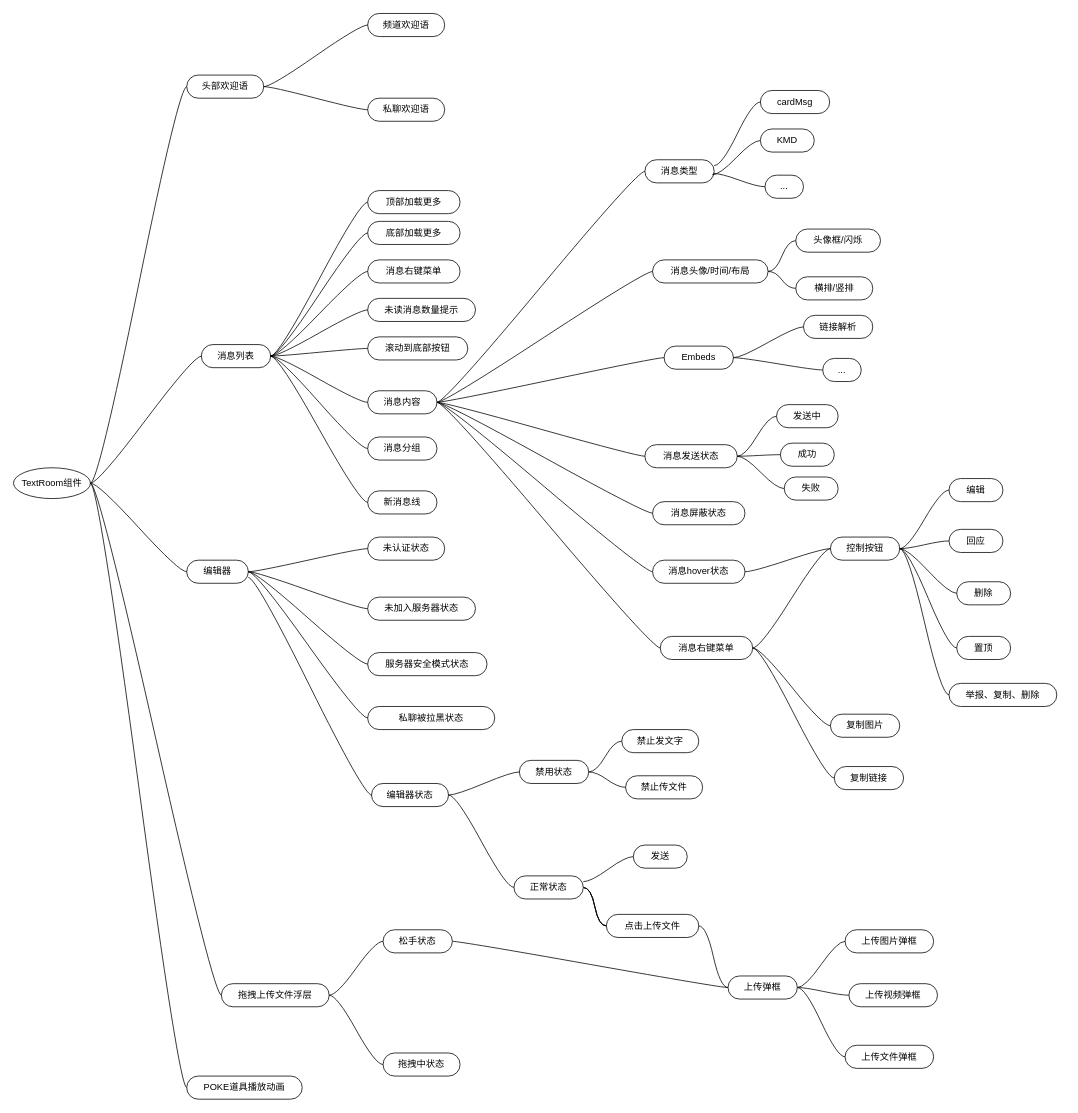
Earlier version of the draw.io diagram TextRoom业务脑图.drawio (ccccccp/draw-io). Source tidied: cells renumbered, new cells numbered last; positions are measured from the earlier drawing's top-left corner, leaving out a move shared by most shapes. Both pictures are drawn from the tidied source at 77%, with x=0, y=0 at pixel (13, 13).
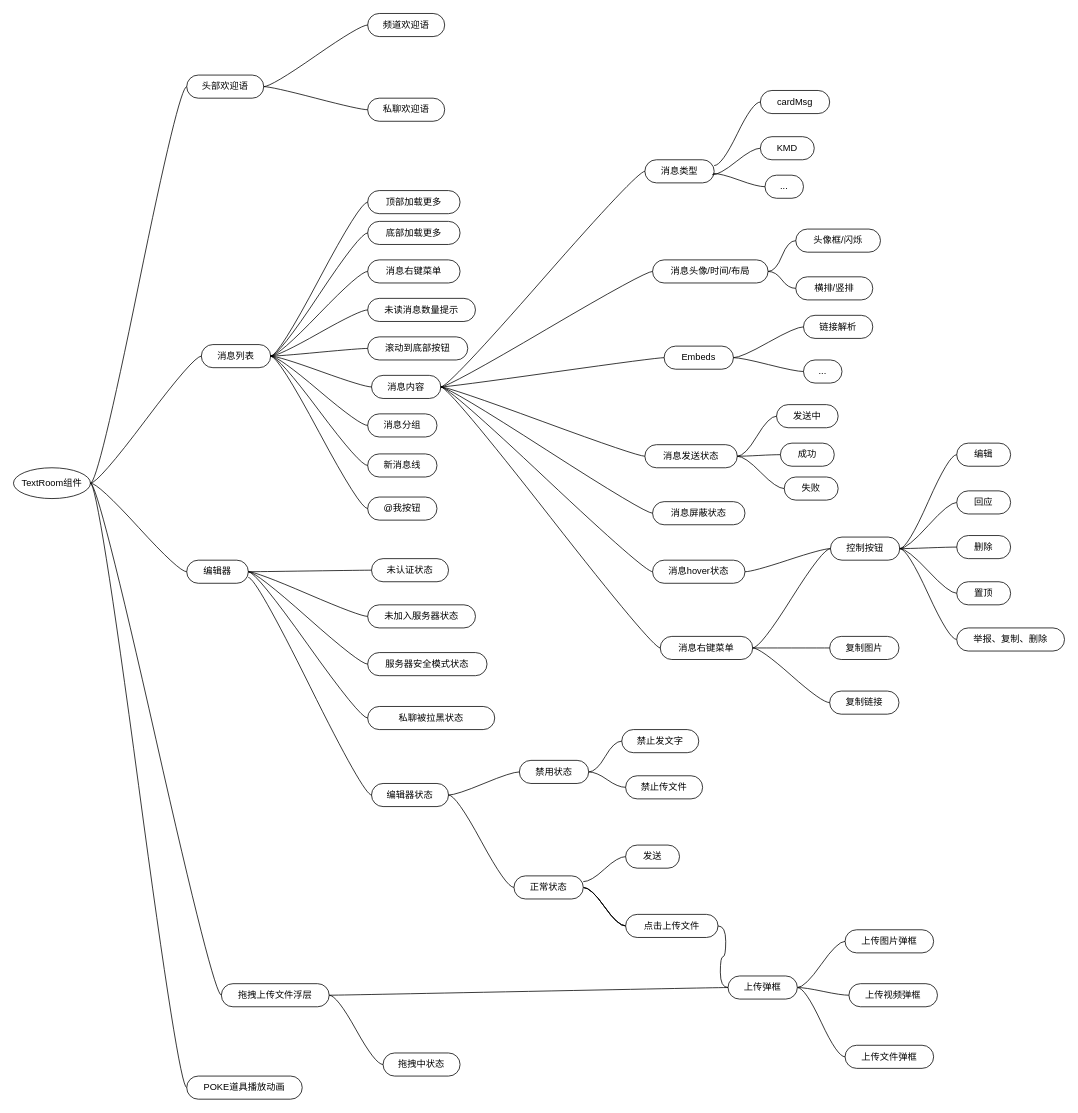
The same page after the edit.

Commit message:
更新TextRoom业务脑图.drawio

Unchanged cells that the change refers to:
```xml
<mxCell id="5" value="消息列表" style="whiteSpace=wrap;html=1;rounded=1;arcSize=50;align=center;verticalAlign=middle;strokeWidth=1;spacing=4;newEdgeStyle={&quot;edgeStyle&quot;:&quot;entityRelationEdgeStyle&quot;,&quot;startArrow&quot;:&quot;none&quot;,&quot;endArrow&quot;:&quot;none&quot;,&quot;segment&quot;:10,&quot;curved&quot;:1,&quot;sourcePerimeterSpacing&quot;:0,&quot;targetPerimeterSpacing&quot;:0};" parent="1" vertex="1">
  <mxGeometry x="244" y="430" width="90" height="30" as="geometry" />
</mxCell>
<mxCell id="10" value="拖拽上传文件浮层" style="whiteSpace=wrap;html=1;rounded=1;arcSize=50;align=center;verticalAlign=middle;strokeWidth=1;spacing=4;newEdgeStyle={&quot;edgeStyle&quot;:&quot;entityRelationEdgeStyle&quot;,&quot;startArrow&quot;:&quot;none&quot;,&quot;endArrow&quot;:&quot;none&quot;,&quot;segment&quot;:10,&quot;curved&quot;:1,&quot;sourcePerimeterSpacing&quot;:0,&quot;targetPerimeterSpacing&quot;:0};" parent="1" vertex="1">
  <mxGeometry x="270" y="1260" width="140" height="30" as="geometry" />
</mxCell>
<mxCell id="41" value="上传弹框" style="whiteSpace=wrap;html=1;rounded=1;arcSize=50;align=center;verticalAlign=middle;strokeWidth=1;spacing=4;newEdgeStyle={&quot;edgeStyle&quot;:&quot;entityRelationEdgeStyle&quot;,&quot;startArrow&quot;:&quot;none&quot;,&quot;endArrow&quot;:&quot;none&quot;,&quot;segment&quot;:10,&quot;curved&quot;:1,&quot;sourcePerimeterSpacing&quot;:0,&quot;targetPerimeterSpacing&quot;:0};" parent="1" vertex="1">
  <mxGeometry x="928" y="1250" width="90" height="30" as="geometry" />
</mxCell>
```

What changed in the source:
```diff
@@
-    <mxCell id="9" style="edgeStyle=entityRelationEdgeStyle;rounded=0;jettySize=auto;html=1;startArrow=none;endArrow=none;segment=10;curved=1;sourcePerimeterSpacing=0;targetPerimeterSpacing=0;exitX=1;exitY=0.5;exitDx=0;exitDy=0;entryX=0;entryY=0.5;entryDx=0;entryDy=0;" parent="1" edge="1" source="10" target="116">
-      <mxGeometry relative="1" as="geometry" />
+    <mxCell id="9" style="edgeStyle=entityRelationEdgeStyle;rounded=0;jettySize=auto;html=1;startArrow=none;endArrow=none;segment=10;curved=1;sourcePerimeterSpacing=0;targetPerimeterSpacing=0;exitX=1;exitY=0.5;exitDx=0;exitDy=0;entryX=0;entryY=0.5;entryDx=0;entryDy=0;" parent="1" edge="1" source="10" target="41">
+      <mxGeometry relative="1" as="geometry">
+        <Array as="points">
+          <mxPoint x="660" y="1250" />
+        </Array>
+      </mxGeometry>
     </mxCell>
@@
     <mxCell id="18" value="未认证状态" style="whiteSpace=wrap;html=1;rounded=1;arcSize=50;align=center;verticalAlign=middle;strokeWidth=1;spacing=4;newEdgeStyle={&quot;edgeStyle&quot;:&quot;entityRelationEdgeStyle&quot;,&quot;startArrow&quot;:&quot;none&quot;,&quot;endArrow&quot;:&quot;none&quot;,&quot;segment&quot;:10,&quot;curved&quot;:1,&quot;sourcePerimeterSpacing&quot;:0,&quot;targetPerimeterSpacing&quot;:0};" parent="1" vertex="1">
-      <mxGeometry x="460" y="680" width="100" height="30" as="geometry" />
+      <mxGeometry x="465" y="708" width="100" height="30" as="geometry" />
     </mxCell>
@@
     <mxCell id="20" value="未加入服务器状态" style="whiteSpace=wrap;html=1;rounded=1;arcSize=50;align=center;verticalAlign=middle;strokeWidth=1;spacing=4;newEdgeStyle={&quot;edgeStyle&quot;:&quot;entityRelationEdgeStyle&quot;,&quot;startArrow&quot;:&quot;none&quot;,&quot;endArrow&quot;:&quot;none&quot;,&quot;segment&quot;:10,&quot;curved&quot;:1,&quot;sourcePerimeterSpacing&quot;:0,&quot;targetPerimeterSpacing&quot;:0};" parent="1" vertex="1">
-      <mxGeometry x="460" y="758" width="140" height="30" as="geometry" />
+      <mxGeometry x="460" y="768" width="140" height="30" as="geometry" />
     </mxCell>
@@
     <mxCell id="48" value="消息内容" style="whiteSpace=wrap;html=1;rounded=1;arcSize=50;align=center;verticalAlign=middle;strokeWidth=1;spacing=4;newEdgeStyle={&quot;edgeStyle&quot;:&quot;entityRelationEdgeStyle&quot;,&quot;startArrow&quot;:&quot;none&quot;,&quot;endArrow&quot;:&quot;none&quot;,&quot;segment&quot;:10,&quot;curved&quot;:1,&quot;sourcePerimeterSpacing&quot;:0,&quot;targetPerimeterSpacing&quot;:0};" parent="1" vertex="1">
-      <mxGeometry x="460" y="490" width="90" height="30" as="geometry" />
+      <mxGeometry x="465" y="470" width="90" height="30" as="geometry" />
     </mxCell>
@@
     <mxCell id="54" value="消息分组" style="whiteSpace=wrap;html=1;rounded=1;arcSize=50;align=center;verticalAlign=middle;strokeWidth=1;spacing=4;newEdgeStyle={&quot;edgeStyle&quot;:&quot;entityRelationEdgeStyle&quot;,&quot;startArrow&quot;:&quot;none&quot;,&quot;endArrow&quot;:&quot;none&quot;,&quot;segment&quot;:10,&quot;curved&quot;:1,&quot;sourcePerimeterSpacing&quot;:0,&quot;targetPerimeterSpacing&quot;:0};" parent="1" vertex="1">
-      <mxGeometry x="460" y="550" width="90" height="30" as="geometry" />
+      <mxGeometry x="460" y="520" width="90" height="30" as="geometry" />
     </mxCell>
@@
     <mxCell id="73" value="新消息线" style="whiteSpace=wrap;html=1;rounded=1;arcSize=50;align=center;verticalAlign=middle;strokeWidth=1;spacing=4;newEdgeStyle={&quot;edgeStyle&quot;:&quot;entityRelationEdgeStyle&quot;,&quot;startArrow&quot;:&quot;none&quot;,&quot;endArrow&quot;:&quot;none&quot;,&quot;segment&quot;:10,&quot;curved&quot;:1,&quot;sourcePerimeterSpacing&quot;:0,&quot;targetPerimeterSpacing&quot;:0};" parent="1" vertex="1">
-      <mxGeometry x="460" y="620" width="90" height="30" as="geometry" />
+      <mxGeometry x="460" y="572" width="90" height="30" as="geometry" />
     </mxCell>
@@
     <mxCell id="76" value="KMD" style="whiteSpace=wrap;html=1;rounded=1;arcSize=50;align=center;verticalAlign=middle;strokeWidth=1;spacing=4;newEdgeStyle={&quot;edgeStyle&quot;:&quot;entityRelationEdgeStyle&quot;,&quot;startArrow&quot;:&quot;none&quot;,&quot;endArrow&quot;:&quot;none&quot;,&quot;segment&quot;:10,&quot;curved&quot;:1,&quot;sourcePerimeterSpacing&quot;:0,&quot;targetPerimeterSpacing&quot;:0};" parent="1" vertex="1">
-      <mxGeometry x="970" y="150" width="70" height="30" as="geometry" />
+      <mxGeometry x="970" y="160" width="70" height="30" as="geometry" />
     </mxCell>
@@
     <mxCell id="87" value="编辑" style="whiteSpace=wrap;html=1;rounded=1;arcSize=50;align=center;verticalAlign=middle;strokeWidth=1;spacing=4;newEdgeStyle={&quot;edgeStyle&quot;:&quot;entityRelationEdgeStyle&quot;,&quot;startArrow&quot;:&quot;none&quot;,&quot;endArrow&quot;:&quot;none&quot;,&quot;segment&quot;:10,&quot;curved&quot;:1,&quot;sourcePerimeterSpacing&quot;:0,&quot;targetPerimeterSpacing&quot;:0};" parent="1" vertex="1">
-      <mxGeometry x="1215" y="604" width="70" height="30" as="geometry" />
+      <mxGeometry x="1225" y="558" width="70" height="30" as="geometry" />
     </mxCell>
@@
     <mxCell id="93" value="回应" style="whiteSpace=wrap;html=1;rounded=1;arcSize=50;align=center;verticalAlign=middle;strokeWidth=1;spacing=4;newEdgeStyle={&quot;edgeStyle&quot;:&quot;entityRelationEdgeStyle&quot;,&quot;startArrow&quot;:&quot;none&quot;,&quot;endArrow&quot;:&quot;none&quot;,&quot;segment&quot;:10,&quot;curved&quot;:1,&quot;sourcePerimeterSpacing&quot;:0,&quot;targetPerimeterSpacing&quot;:0};" parent="1" vertex="1">
-      <mxGeometry x="1215" y="670" width="70" height="30" as="geometry" />
+      <mxGeometry x="1225" y="620" width="70" height="30" as="geometry" />
     </mxCell>
     <mxCell id="94" value="删除" style="whiteSpace=wrap;html=1;rounded=1;arcSize=50;align=center;verticalAlign=middle;strokeWidth=1;spacing=4;newEdgeStyle={&quot;edgeStyle&quot;:&quot;entityRelationEdgeStyle&quot;,&quot;startArrow&quot;:&quot;none&quot;,&quot;endArrow&quot;:&quot;none&quot;,&quot;segment&quot;:10,&quot;curved&quot;:1,&quot;sourcePerimeterSpacing&quot;:0,&quot;targetPerimeterSpacing&quot;:0};" parent="1" vertex="1">
-      <mxGeometry x="1225" y="738" width="70" height="30" as="geometry" />
+      <mxGeometry x="1225" y="678" width="70" height="30" as="geometry" />
     </mxCell>
@@
     <mxCell id="96" value="置顶" style="whiteSpace=wrap;html=1;rounded=1;arcSize=50;align=center;verticalAlign=middle;strokeWidth=1;spacing=4;newEdgeStyle={&quot;edgeStyle&quot;:&quot;entityRelationEdgeStyle&quot;,&quot;startArrow&quot;:&quot;none&quot;,&quot;endArrow&quot;:&quot;none&quot;,&quot;segment&quot;:10,&quot;curved&quot;:1,&quot;sourcePerimeterSpacing&quot;:0,&quot;targetPerimeterSpacing&quot;:0};" parent="1" vertex="1">
-      <mxGeometry x="1225" y="809" width="70" height="30" as="geometry" />
+      <mxGeometry x="1225" y="738" width="70" height="30" as="geometry" />
     </mxCell>
@@
     <mxCell id="102" value="..." style="whiteSpace=wrap;html=1;rounded=1;arcSize=50;align=center;verticalAlign=middle;strokeWidth=1;spacing=4;newEdgeStyle={&quot;edgeStyle&quot;:&quot;entityRelationEdgeStyle&quot;,&quot;startArrow&quot;:&quot;none&quot;,&quot;endArrow&quot;:&quot;none&quot;,&quot;segment&quot;:10,&quot;curved&quot;:1,&quot;sourcePerimeterSpacing&quot;:0,&quot;targetPerimeterSpacing&quot;:0};" parent="1" vertex="1">
-      <mxGeometry x="1051" y="448" width="50" height="30" as="geometry" />
+      <mxGeometry x="1026" y="450" width="50" height="30" as="geometry" />
     </mxCell>
@@
     <mxCell id="107" value="举报、复制、删除" style="whiteSpace=wrap;html=1;rounded=1;arcSize=50;align=center;verticalAlign=middle;strokeWidth=1;spacing=4;newEdgeStyle={&quot;edgeStyle&quot;:&quot;entityRelationEdgeStyle&quot;,&quot;startArrow&quot;:&quot;none&quot;,&quot;endArrow&quot;:&quot;none&quot;,&quot;segment&quot;:10,&quot;curved&quot;:1,&quot;sourcePerimeterSpacing&quot;:0,&quot;targetPerimeterSpacing&quot;:0};" parent="1" vertex="1">
-      <mxGeometry x="1215" y="870" width="140" height="30" as="geometry" />
+      <mxGeometry x="1225" y="798" width="140" height="30" as="geometry" />
     </mxCell>
     <mxCell id="108" value="复制图片" style="whiteSpace=wrap;html=1;rounded=1;arcSize=50;align=center;verticalAlign=middle;strokeWidth=1;spacing=4;newEdgeStyle={&quot;edgeStyle&quot;:&quot;entityRelationEdgeStyle&quot;,&quot;startArrow&quot;:&quot;none&quot;,&quot;endArrow&quot;:&quot;none&quot;,&quot;segment&quot;:10,&quot;curved&quot;:1,&quot;sourcePerimeterSpacing&quot;:0,&quot;targetPerimeterSpacing&quot;:0};" parent="1" vertex="1">
-      <mxGeometry x="1061" y="910" width="90" height="30" as="geometry" />
+      <mxGeometry x="1060" y="809" width="90" height="30" as="geometry" />
     </mxCell>
@@
     <mxCell id="110" value="复制链接" style="whiteSpace=wrap;html=1;rounded=1;arcSize=50;align=center;verticalAlign=middle;strokeWidth=1;spacing=4;newEdgeStyle={&quot;edgeStyle&quot;:&quot;entityRelationEdgeStyle&quot;,&quot;startArrow&quot;:&quot;none&quot;,&quot;endArrow&quot;:&quot;none&quot;,&quot;segment&quot;:10,&quot;curved&quot;:1,&quot;sourcePerimeterSpacing&quot;:0,&quot;targetPerimeterSpacing&quot;:0};" parent="1" vertex="1">
-      <mxGeometry x="1066" y="978" width="90" height="30" as="geometry" />
+      <mxGeometry x="1060" y="880" width="90" height="30" as="geometry" />
     </mxCell>
@@
-    <mxCell id="115" style="edgeStyle=entityRelationEdgeStyle;rounded=0;jettySize=auto;html=1;startArrow=none;endArrow=none;segment=10;curved=1;sourcePerimeterSpacing=0;targetPerimeterSpacing=0;exitX=1;exitY=0.5;exitDx=0;exitDy=0;entryX=0;entryY=0.5;entryDx=0;entryDy=0;" parent="1" edge="1" source="116" target="41">
-      <mxGeometry relative="1" as="geometry" />
-    </mxCell>
-    <mxCell id="116" value="松手状态" style="whiteSpace=wrap;html=1;rounded=1;arcSize=50;align=center;verticalAlign=middle;strokeWidth=1;spacing=4;newEdgeStyle={&quot;edgeStyle&quot;:&quot;entityRelationEdgeStyle&quot;,&quot;startArrow&quot;:&quot;none&quot;,&quot;endArrow&quot;:&quot;none&quot;,&quot;segment&quot;:10,&quot;curved&quot;:1,&quot;sourcePerimeterSpacing&quot;:0,&quot;targetPerimeterSpacing&quot;:0};" parent="1" vertex="1">
-      <mxGeometry x="480" y="1190" width="90" height="30" as="geometry" />
-    </mxCell>
@@
     <mxCell id="118" value="点击上传文件" style="whiteSpace=wrap;html=1;rounded=1;arcSize=50;align=center;verticalAlign=middle;strokeWidth=1;spacing=4;newEdgeStyle={&quot;edgeStyle&quot;:&quot;entityRelationEdgeStyle&quot;,&quot;startArrow&quot;:&quot;none&quot;,&quot;endArrow&quot;:&quot;none&quot;,&quot;segment&quot;:10,&quot;curved&quot;:1,&quot;sourcePerimeterSpacing&quot;:0,&quot;targetPerimeterSpacing&quot;:0};" parent="1" vertex="1">
-      <mxGeometry x="770" y="1170" width="120" height="30" as="geometry" />
+      <mxGeometry x="795" y="1170" width="120" height="30" as="geometry" />
     </mxCell>
     <mxCell id="119" value="发送" style="whiteSpace=wrap;html=1;rounded=1;arcSize=50;align=center;verticalAlign=middle;strokeWidth=1;spacing=4;newEdgeStyle={&quot;edgeStyle&quot;:&quot;entityRelationEdgeStyle&quot;,&quot;startArrow&quot;:&quot;none&quot;,&quot;endArrow&quot;:&quot;none&quot;,&quot;segment&quot;:10,&quot;curved&quot;:1,&quot;sourcePerimeterSpacing&quot;:0,&quot;targetPerimeterSpacing&quot;:0};" parent="1" vertex="1">
-      <mxGeometry x="805" y="1080" width="70" height="30" as="geometry" />
+      <mxGeometry x="795" y="1080" width="70" height="30" as="geometry" />
     </mxCell>
@@
+    <mxCell id="121" value="@我按钮" style="whiteSpace=wrap;html=1;rounded=1;arcSize=50;align=center;verticalAlign=middle;strokeWidth=1;spacing=4;newEdgeStyle={&quot;edgeStyle&quot;:&quot;entityRelationEdgeStyle&quot;,&quot;startArrow&quot;:&quot;none&quot;,&quot;endArrow&quot;:&quot;none&quot;,&quot;segment&quot;:10,&quot;curved&quot;:1,&quot;sourcePerimeterSpacing&quot;:0,&quot;targetPerimeterSpacing&quot;:0};" parent="1" vertex="1">
+      <mxGeometry x="460" y="628" width="90" height="30" as="geometry" />
+    </mxCell>
+    <mxCell id="122" style="edgeStyle=entityRelationEdgeStyle;startArrow=none;endArrow=none;segment=10;curved=1;sourcePerimeterSpacing=0;targetPerimeterSpacing=0;rounded=0;exitX=1;exitY=0.5;exitDx=0;exitDy=0;" parent="1" edge="1" source="5" target="121">
+      <mxGeometry relative="1" as="geometry" />
+    </mxCell>
```
